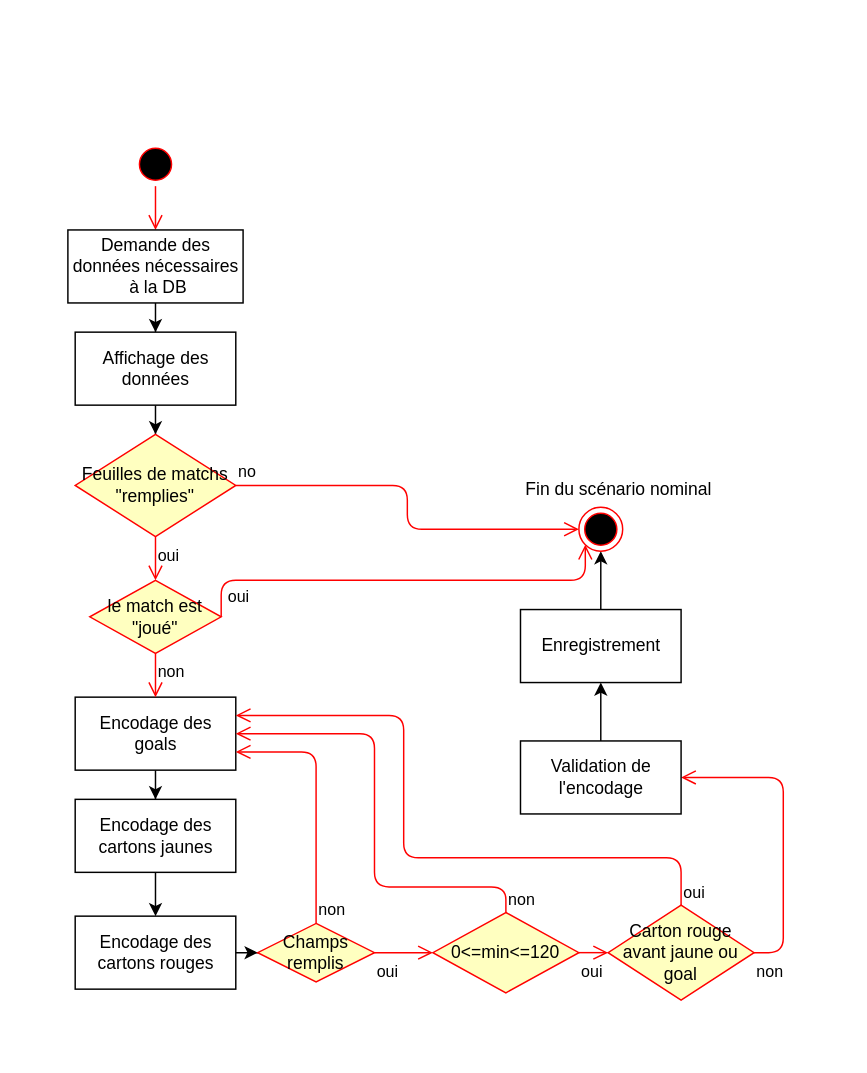
Above: Analyse/Images/Diagramme activité/Resultats.drawio in Ohensmans/FifaManagerEphec (draw.io), before the change. Source tidied: cells renumbered, new cells numbered last; positions are measured from the earlier drawing's top-left corner, leaving out a move shared by most shapes. Both pictures are drawn from the tidied source at 146%, with x=0, y=0 at pixel (67, 142).
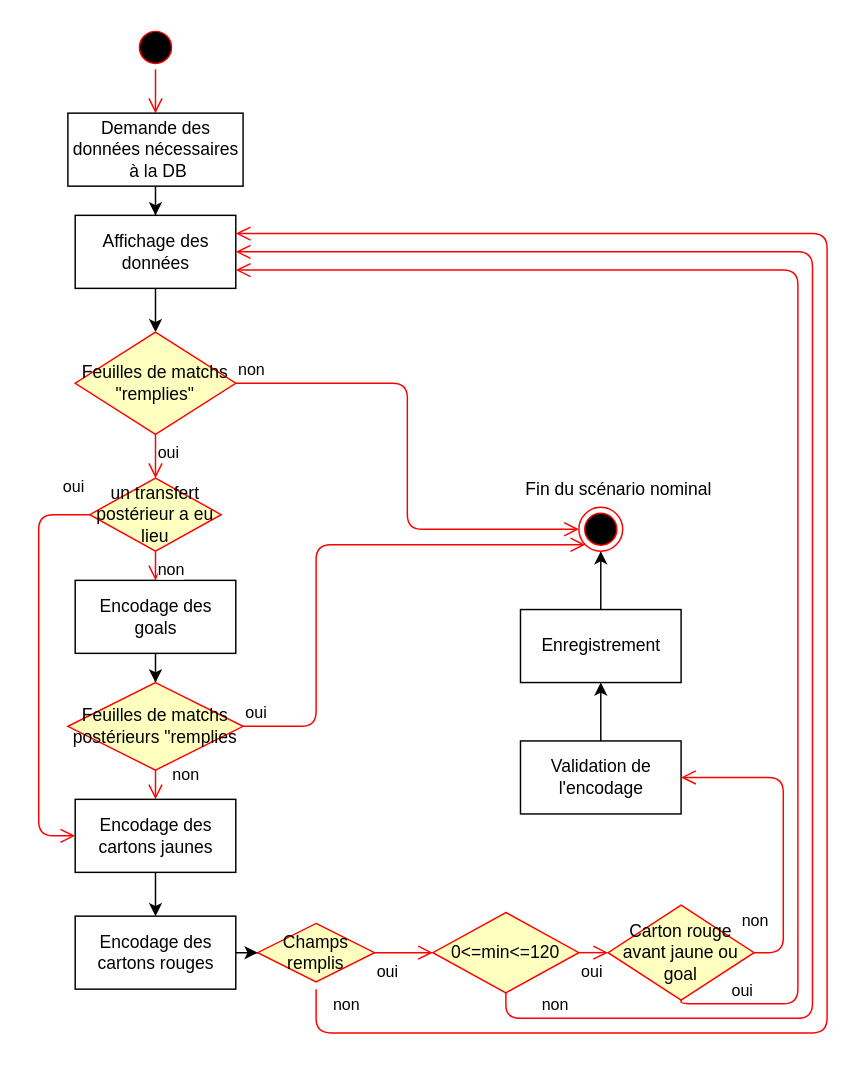
After the change.

The change refers to these unchanged cells:
```xml
<mxCell id="11" value="Encodage des &lt;br&gt;cartons jaunes" style="html=1;" parent="1" vertex="1">
  <mxGeometry x="5" y="450" width="110" height="50" as="geometry" />
</mxCell>
<mxCell id="20" value="Champs remplis" style="rhombus;whiteSpace=wrap;html=1;fillColor=#ffffc0;strokeColor=#ff0000;" parent="1" vertex="1">
  <mxGeometry x="130" y="535" width="80" height="40" as="geometry" />
</mxCell>
<mxCell id="23" value="0&amp;lt;=min&amp;lt;=120" style="rhombus;whiteSpace=wrap;html=1;fillColor=#ffffc0;strokeColor=#ff0000;" parent="1" vertex="1">
  <mxGeometry x="250" y="527.5" width="100" height="55" as="geometry" />
</mxCell>
<mxCell id="26" value="Carton rouge avant jaune ou goal" style="rhombus;whiteSpace=wrap;html=1;fillColor=#ffffc0;strokeColor=#ff0000;" parent="1" vertex="1">
  <mxGeometry x="370" y="522.5" width="100" height="65" as="geometry" />
</mxCell>
<mxCell id="30" value="Validation de &lt;br&gt;l'encodage" style="html=1;" parent="1" vertex="1">
  <mxGeometry x="310" y="410" width="110" height="50" as="geometry" />
</mxCell>
<mxCell id="33" style="ellipse;html=1;shape=endState;fillColor=#000000;strokeColor=#ff0000;" parent="1" vertex="1">
  <mxGeometry x="350" y="250" width="30" height="30" as="geometry" />
</mxCell>
```

Diff of the diagram source:
```diff
@@
     <mxCell id="2" style="ellipse;html=1;shape=startState;fillColor=#000000;strokeColor=#ff0000;" parent="1" vertex="1">
-      <mxGeometry x="45" width="30" height="30" as="geometry" />
+      <mxGeometry x="45" y="-80" width="30" height="30" as="geometry" />
     </mxCell>
@@
     <mxCell id="5" value="Demande des &lt;br&gt;données nécessaires&lt;br&gt;&amp;nbsp;à la DB" style="html=1;" parent="1" vertex="1">
-      <mxGeometry y="60" width="120" height="50" as="geometry" />
+      <mxGeometry y="-20" width="120" height="50" as="geometry" />
     </mxCell>
@@
     <mxCell id="7" value="Affichage des &lt;br&gt;données" style="html=1;" parent="1" vertex="1">
-      <mxGeometry x="5" y="130" width="110" height="50" as="geometry" />
+      <mxGeometry x="5" y="50" width="110" height="50" as="geometry" />
     </mxCell>
-    <mxCell id="8" style="edgeStyle=orthogonalEdgeStyle;rounded=0;jettySize=auto;html=1;entryX=0.5;entryY=0;entryDx=0;entryDy=0;" parent="1" edge="1" source="9" target="11">
+    <mxCell id="8" style="edgeStyle=orthogonalEdgeStyle;rounded=0;jettySize=auto;html=1;entryX=0.5;entryY=0;entryDx=0;entryDy=0;" parent="1" edge="1" source="9" target="35">
       <mxGeometry relative="1" as="geometry" />
     </mxCell>
     <mxCell id="9" value="Encodage des &lt;br&gt;goals" style="html=1;" parent="1" vertex="1">
-      <mxGeometry x="5" y="380" width="110" height="50" as="geometry" />
+      <mxGeometry x="5" y="300" width="110" height="50" as="geometry" />
     </mxCell>
@@
-    <mxCell id="14" value="le match est &quot;joué&quot;" style="rhombus;whiteSpace=wrap;html=1;fillColor=#ffffc0;strokeColor=#ff0000;" parent="1" vertex="1">
-      <mxGeometry x="15" y="300" width="90" height="50" as="geometry" />
+    <mxCell id="14" value="un transfert postérieur a eu lieu" style="rhombus;whiteSpace=wrap;html=1;fillColor=#ffffc0;strokeColor=#ff0000;" parent="1" vertex="1">
+      <mxGeometry x="15" y="230" width="90" height="50" as="geometry" />
     </mxCell>
-    <mxCell id="15" value="oui" style="edgeStyle=orthogonalEdgeStyle;html=1;align=left;verticalAlign=bottom;endArrow=open;endSize=8;strokeColor=#ff0000;entryX=0;entryY=1;entryDx=0;entryDy=0;exitX=1;exitY=0.5;exitDx=0;exitDy=0;" parent="1" edge="1" source="14" target="33">
-      <mxGeometry x="-0.81" y="-20" relative="1" as="geometry">
+    <mxCell id="15" value="oui" style="edgeStyle=orthogonalEdgeStyle;html=1;align=left;verticalAlign=bottom;endArrow=open;endSize=8;strokeColor=#ff0000;entryX=0;entryY=0.5;entryDx=0;entryDy=0;exitX=0;exitY=0.5;exitDx=0;exitDy=0;" parent="1" edge="1" source="14" target="11">
+      <mxGeometry x="-0.86" y="-10" relative="1" as="geometry">
         <Array as="points">
-          <mxPoint x="105" y="300" />
-          <mxPoint x="354" y="300" />
+          <mxPoint x="-20" y="255" />
+          <mxPoint x="-20" y="475" />
         </Array>
       </mxGeometry>
     </mxCell>
@@
     <mxCell id="17" value="Feuilles de matchs &quot;remplies&quot;" style="rhombus;whiteSpace=wrap;html=1;fillColor=#ffffc0;strokeColor=#ff0000;" parent="1" vertex="1">
-      <mxGeometry x="5" y="200" width="110" height="70" as="geometry" />
+      <mxGeometry x="5" y="130" width="110" height="70" as="geometry" />
     </mxCell>
-    <mxCell id="18" value="no" style="edgeStyle=orthogonalEdgeStyle;html=1;align=left;verticalAlign=bottom;endArrow=open;endSize=8;strokeColor=#ff0000;entryX=0;entryY=0.5;entryDx=0;entryDy=0;" parent="1" edge="1" source="17" target="33">
+    <mxCell id="18" value="non" style="edgeStyle=orthogonalEdgeStyle;html=1;align=left;verticalAlign=bottom;endArrow=open;endSize=8;strokeColor=#ff0000;entryX=0;entryY=0.5;entryDx=0;entryDy=0;" parent="1" edge="1" source="17" target="33">
       <mxGeometry x="-1" relative="1" as="geometry" />
     </mxCell>
@@
-    <mxCell id="21" value="non" style="edgeStyle=orthogonalEdgeStyle;html=1;align=left;verticalAlign=bottom;endArrow=open;endSize=8;strokeColor=#ff0000;entryX=1;entryY=0.75;entryDx=0;entryDy=0;exitX=0.5;exitY=0;exitDx=0;exitDy=0;" parent="1" edge="1" source="20" target="9">
-      <mxGeometry x="-1" relative="1" as="geometry">
+    <mxCell id="21" value="non" style="edgeStyle=orthogonalEdgeStyle;html=1;align=left;verticalAlign=bottom;endArrow=open;endSize=8;strokeColor=#ff0000;entryX=1;entryY=0.25;entryDx=0;entryDy=0;" parent="1" edge="1" target="7">
+      <mxGeometry x="-0.97" y="10" relative="1" as="geometry">
+        <mxPoint x="170" y="580" as="sourcePoint" />
         <Array as="points">
-          <mxPoint x="170" y="418" />
+          <mxPoint x="170" y="610" />
+          <mxPoint x="520" y="610" />
+          <mxPoint x="520" y="63" />
         </Array>
       </mxGeometry>
     </mxCell>
@@
-    <mxCell id="24" value="non" style="edgeStyle=orthogonalEdgeStyle;html=1;align=left;verticalAlign=bottom;endArrow=open;endSize=8;strokeColor=#ff0000;entryX=1;entryY=0.5;entryDx=0;entryDy=0;" parent="1" edge="1" source="23" target="9">
-      <mxGeometry x="-1" relative="1" as="geometry">
+    <mxCell id="24" value="non" style="edgeStyle=orthogonalEdgeStyle;html=1;align=left;verticalAlign=bottom;endArrow=open;endSize=8;strokeColor=#ff0000;entryX=1;entryY=0.5;entryDx=0;entryDy=0;" parent="1" edge="1" source="23" target="7">
+      <mxGeometry x="-0.93" relative="1" as="geometry">
         <Array as="points">
-          <mxPoint x="300" y="510" />
-          <mxPoint x="210" y="510" />
-          <mxPoint x="210" y="405" />
+          <mxPoint x="300" y="600" />
+          <mxPoint x="510" y="600" />
+          <mxPoint x="510" y="75" />
         </Array>
       </mxGeometry>
     </mxCell>
@@
-    <mxCell id="27" value="oui" style="edgeStyle=orthogonalEdgeStyle;html=1;align=left;verticalAlign=bottom;endArrow=open;endSize=8;strokeColor=#ff0000;entryX=1;entryY=0.25;entryDx=0;entryDy=0;" parent="1" edge="1" source="26" target="9">
-      <mxGeometry x="-1" relative="1" as="geometry">
+    <mxCell id="27" value="oui" style="edgeStyle=orthogonalEdgeStyle;html=1;align=left;verticalAlign=bottom;endArrow=open;endSize=8;strokeColor=#ff0000;entryX=1;entryY=0.75;entryDx=0;entryDy=0;" parent="1" edge="1" source="26" target="7">
+      <mxGeometry x="-0.93" relative="1" as="geometry">
         <Array as="points">
-          <mxPoint x="420" y="490" />
-          <mxPoint x="230" y="490" />
-          <mxPoint x="230" y="393" />
+          <mxPoint x="420" y="590" />
+          <mxPoint x="500" y="590" />
+          <mxPoint x="500" y="88" />
         </Array>
+        <mxPoint x="1" as="offset" />
       </mxGeometry>
     </mxCell>
     <mxCell id="28" value="non" style="edgeStyle=orthogonalEdgeStyle;html=1;align=left;verticalAlign=top;endArrow=open;endSize=8;strokeColor=#ff0000;entryX=1;entryY=0.5;entryDx=0;entryDy=0;exitX=1;exitY=0.5;exitDx=0;exitDy=0;" parent="1" edge="1" source="26" target="30">
-      <mxGeometry x="-1" relative="1" as="geometry">
+      <mxGeometry x="-0.48" y="30" relative="1" as="geometry">
         <Array as="points">
           <mxPoint x="490" y="555" />
           <mxPoint x="490" y="435" />
         </Array>
       </mxGeometry>
     </mxCell>
@@
+    <mxCell id="35" value="Feuilles de matchs postérieurs &quot;remplies" style="rhombus;whiteSpace=wrap;html=1;fillColor=#ffffc0;strokeColor=#ff0000;" parent="1" vertex="1">
+      <mxGeometry y="370" width="120" height="60" as="geometry" />
+    </mxCell>
+    <mxCell id="36" value="oui" style="edgeStyle=orthogonalEdgeStyle;html=1;align=left;verticalAlign=bottom;endArrow=open;endSize=8;strokeColor=#ff0000;entryX=0;entryY=1;entryDx=0;entryDy=0;" parent="1" edge="1" source="35" target="33">
+      <mxGeometry x="-1" relative="1" as="geometry">
+        <Array as="points">
+          <mxPoint x="170" y="400" />
+          <mxPoint x="170" y="276" />
+        </Array>
+      </mxGeometry>
+    </mxCell>
+    <mxCell id="37" value="non" style="edgeStyle=orthogonalEdgeStyle;html=1;align=left;verticalAlign=top;endArrow=open;endSize=8;strokeColor=#ff0000;entryX=0.5;entryY=0;entryDx=0;entryDy=0;" parent="1" edge="1" source="35" target="11">
+      <mxGeometry x="-1" y="14" relative="1" as="geometry">
+        <mxPoint x="-4" y="-10" as="offset" />
+      </mxGeometry>
+    </mxCell>
```
